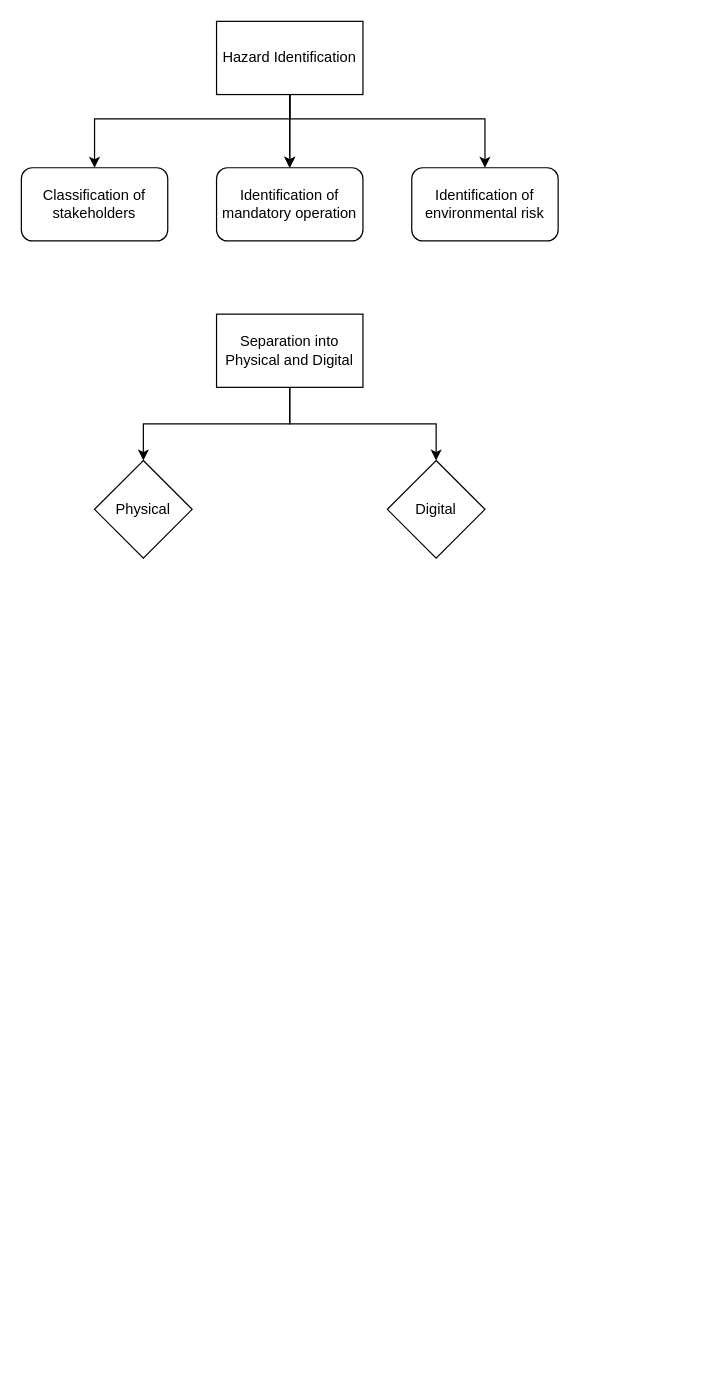
This is Step 2/Step-2.drawio from TortoiseFather/SACRED, a draw.io file, before an edit. Source tidied: cells renumbered, new cells numbered last; positions are measured from the earlier drawing's top-left corner, leaving out a move shared by most shapes. Both pictures are drawn from the tidied source at 122%, with x=0, y=0 at pixel (21, 21).
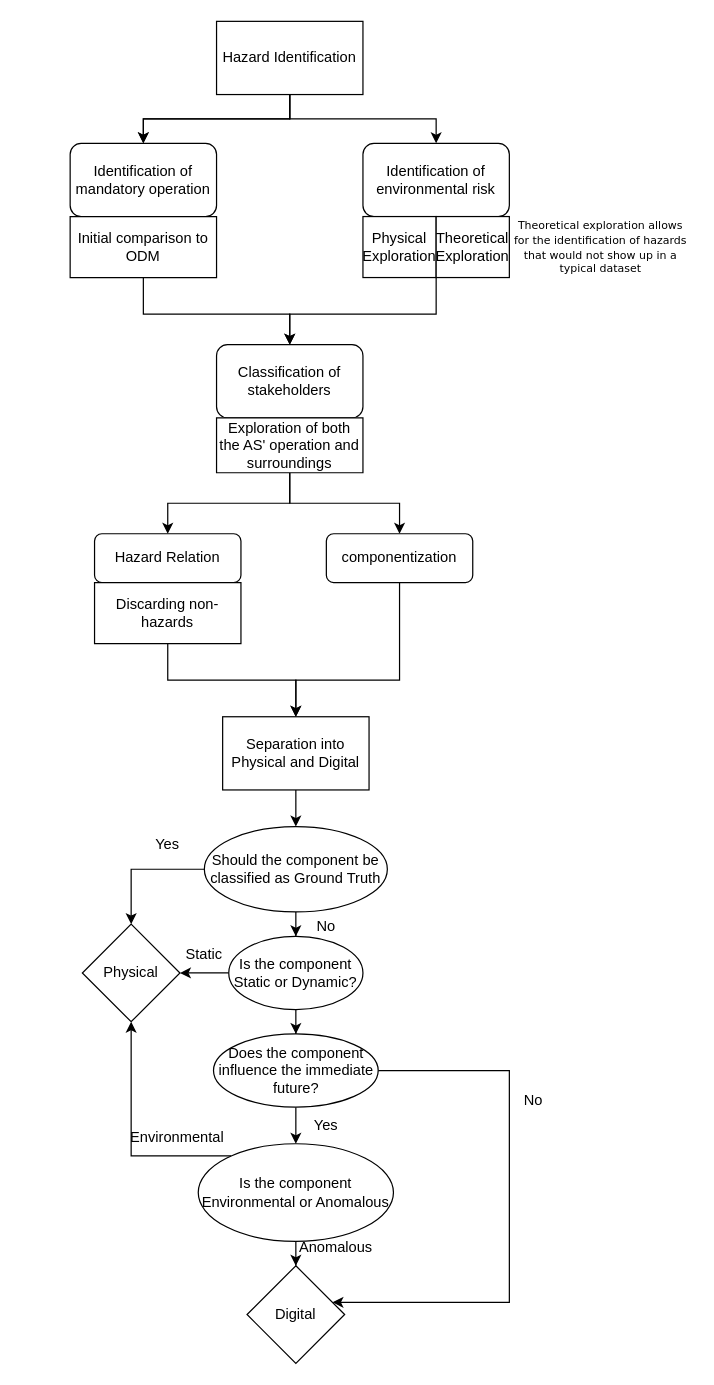
The same diagram, later.

The change refers to these unchanged cells:
```xml
<mxCell id="6" value="Hazard Identification" style="rounded=0;whiteSpace=wrap;html=1;" parent="1" vertex="1">
  <mxGeometry x="160" width="120" height="60" as="geometry" />
</mxCell>
```

The edit, as a diff of the source:
```diff
@@
-    <mxCell id="4" style="edgeStyle=orthogonalEdgeStyle;rounded=0;jettySize=auto;html=1;" parent="1" edge="1" source="6" target="9">
-      <mxGeometry relative="1" as="geometry">
-        <Array as="points">
-          <mxPoint x="220" y="80" />
-          <mxPoint x="60" y="80" />
-        </Array>
-      </mxGeometry>
-    </mxCell>
     <mxCell id="5" style="edgeStyle=orthogonalEdgeStyle;rounded=0;jettySize=auto;html=1;" parent="1" edge="1" source="6" target="8">
       <mxGeometry relative="1" as="geometry">
         <Array as="points">
           <mxPoint x="220" y="80" />
-          <mxPoint x="380" y="80" />
+          <mxPoint x="340" y="80" />
         </Array>
       </mxGeometry>
     </mxCell>
@@
     <mxCell id="7" value="Identification of mandatory operation" style="rounded=1;whiteSpace=wrap;html=1;" parent="1" vertex="1">
-      <mxGeometry x="160" y="120" width="120" height="60" as="geometry" />
+      <mxGeometry x="40" y="100" width="120" height="60" as="geometry" />
     </mxCell>
+    <mxCell id="15" style="edgeStyle=orthogonalEdgeStyle;rounded=0;jettySize=auto;html=1;entryX=0.5;entryY=0;entryDx=0;entryDy=0;" parent="1" edge="1" source="8" target="9">
+      <mxGeometry relative="1" as="geometry">
+        <Array as="points">
+          <mxPoint x="340" y="240" />
+          <mxPoint x="220" y="240" />
+        </Array>
+      </mxGeometry>
+    </mxCell>
     <mxCell id="8" value="Identification of environmental risk" style="rounded=1;whiteSpace=wrap;html=1;" parent="1" vertex="1">
-      <mxGeometry x="320" y="120" width="120" height="60" as="geometry" />
+      <mxGeometry x="280" y="100" width="120" height="60" as="geometry" />
     </mxCell>
     <mxCell id="9" value="Classification of stakeholders" style="rounded=1;whiteSpace=wrap;html=1;" parent="1" vertex="1">
-      <mxGeometry y="120" width="120" height="60" as="geometry" />
+      <mxGeometry x="160" y="265" width="120" height="60" as="geometry" />
     </mxCell>
-    <mxCell id="10" style="edgeStyle=orthogonalEdgeStyle;rounded=0;jettySize=auto;html=1;" parent="1" edge="1" source="12" target="13">
-      <mxGeometry relative="1" as="geometry">
-        <Array as="points">
-          <mxPoint x="220" y="330" />
-          <mxPoint x="100" y="330" />
-        </Array>
-      </mxGeometry>
-    </mxCell>
-    <mxCell id="11" style="edgeStyle=orthogonalEdgeStyle;rounded=0;jettySize=auto;html=1;" parent="1" edge="1" source="12" target="14">
-      <mxGeometry relative="1" as="geometry">
-        <Array as="points">
-          <mxPoint x="220" y="330" />
-          <mxPoint x="340" y="330" />
-        </Array>
-      </mxGeometry>
-    </mxCell>
+    <mxCell id="16" style="edgeStyle=orthogonalEdgeStyle;rounded=0;jettySize=auto;html=1;" parent="1" edge="1" source="12" target="32">
+      <mxGeometry relative="1" as="geometry" />
+    </mxCell>
     <mxCell id="12" value="Separation into Physical and Digital" style="rounded=0;whiteSpace=wrap;html=1;" parent="1" vertex="1">
-      <mxGeometry x="160" y="240" width="120" height="60" as="geometry" />
+      <mxGeometry x="165" y="570" width="120" height="60" as="geometry" />
     </mxCell>
     <mxCell id="13" value="Physical" style="rhombus;whiteSpace=wrap;html=1;rounded=0;" parent="1" vertex="1">
-      <mxGeometry x="60" y="360" width="80" height="80" as="geometry" />
+      <mxGeometry x="50" y="740" width="80" height="80" as="geometry" />
     </mxCell>
     <mxCell id="14" value="Digital" style="rhombus;whiteSpace=wrap;html=1;rounded=0;" parent="1" vertex="1">
-      <mxGeometry x="300" y="360" width="80" height="80" as="geometry" />
+      <mxGeometry x="185" y="1020" width="80" height="80" as="geometry" />
     </mxCell>
+    <mxCell id="17" style="edgeStyle=orthogonalEdgeStyle;rounded=0;jettySize=auto;html=1;" parent="1" edge="1" source="18" target="9">
+      <mxGeometry relative="1" as="geometry">
+        <Array as="points">
+          <mxPoint x="100" y="240" />
+          <mxPoint x="220" y="240" />
+        </Array>
+      </mxGeometry>
+    </mxCell>
+    <mxCell id="18" value="Initial comparison to ODM" style="shape=parallelogram;perimeter=parallelogramPerimeter;whiteSpace=wrap;html=1;fixedSize=1;size=0;" parent="1" vertex="1">
+      <mxGeometry x="40" y="160" width="120" height="50" as="geometry" />
+    </mxCell>
+    <mxCell id="19" style="edgeStyle=orthogonalEdgeStyle;rounded=0;jettySize=auto;html=1;entryX=0.5;entryY=0;entryDx=0;entryDy=0;" parent="1" edge="1" source="21" target="24">
+      <mxGeometry relative="1" as="geometry" />
+    </mxCell>
+    <mxCell id="20" style="edgeStyle=orthogonalEdgeStyle;rounded=0;jettySize=auto;html=1;" parent="1" edge="1" source="21" target="26">
+      <mxGeometry relative="1" as="geometry" />
+    </mxCell>
+    <mxCell id="21" value="Exploration of both the AS' operation and surroundings" style="shape=parallelogram;perimeter=parallelogramPerimeter;whiteSpace=wrap;html=1;fixedSize=1;size=0;" parent="1" vertex="1">
+      <mxGeometry x="160" y="325" width="120" height="45" as="geometry" />
+    </mxCell>
+    <mxCell id="22" value="Physical Exploration" style="rounded=0;whiteSpace=wrap;html=1;" parent="1" vertex="1">
+      <mxGeometry x="280" y="160" width="60" height="50" as="geometry" />
+    </mxCell>
+    <mxCell id="23" value="Theoretical Exploration" style="rounded=0;whiteSpace=wrap;html=1;" parent="1" vertex="1">
+      <mxGeometry x="340" y="160" width="60" height="50" as="geometry" />
+    </mxCell>
+    <mxCell id="24" value="Hazard Relation" style="rounded=1;whiteSpace=wrap;html=1;" parent="1" vertex="1">
+      <mxGeometry x="60" y="420" width="120" height="40" as="geometry" />
+    </mxCell>
+    <mxCell id="25" style="edgeStyle=orthogonalEdgeStyle;rounded=0;jettySize=auto;html=1;entryX=0.5;entryY=0;entryDx=0;entryDy=0;" parent="1" edge="1" source="26" target="12">
+      <mxGeometry relative="1" as="geometry">
+        <Array as="points">
+          <mxPoint x="310" y="540" />
+          <mxPoint x="225" y="540" />
+        </Array>
+      </mxGeometry>
+    </mxCell>
+    <mxCell id="26" value="componentization" style="rounded=1;whiteSpace=wrap;html=1;" parent="1" vertex="1">
+      <mxGeometry x="250" y="420" width="120" height="40" as="geometry" />
+    </mxCell>
+    <mxCell id="27" value="&lt;p style=&quot;line-height: 90%;&quot;&gt;&lt;font face=&quot;Verdana&quot; style=&quot;font-size: 9px;&quot;&gt;Theoretical exploration allows for the identification of hazards that would not show up in a typical dataset&lt;/font&gt;&lt;/p&gt;" style="text;html=1;strokeColor=none;fillColor=none;align=center;verticalAlign=middle;whiteSpace=wrap;rounded=0;" parent="1" vertex="1">
+      <mxGeometry x="400" y="165" width="150" height="40" as="geometry" />
+    </mxCell>
+    <mxCell id="28" style="edgeStyle=orthogonalEdgeStyle;rounded=0;jettySize=auto;html=1;" parent="1" edge="1" source="29" target="12">
+      <mxGeometry relative="1" as="geometry" />
+    </mxCell>
+    <mxCell id="29" value="Discarding non-hazards" style="shape=parallelogram;perimeter=parallelogramPerimeter;whiteSpace=wrap;html=1;fixedSize=1;size=0;" parent="1" vertex="1">
+      <mxGeometry x="60" y="460" width="120" height="50" as="geometry" />
+    </mxCell>
+    <mxCell id="30" style="edgeStyle=orthogonalEdgeStyle;rounded=0;jettySize=auto;html=1;entryX=0.5;entryY=0;entryDx=0;entryDy=0;" parent="1" edge="1" source="32" target="13">
+      <mxGeometry relative="1" as="geometry" />
+    </mxCell>
+    <mxCell id="31" style="edgeStyle=orthogonalEdgeStyle;rounded=0;jettySize=auto;html=1;" parent="1" edge="1" source="32" target="36">
+      <mxGeometry relative="1" as="geometry" />
+    </mxCell>
+    <mxCell id="32" value="Should the component be classified as Ground Truth" style="ellipse;whiteSpace=wrap;html=1;" parent="1" vertex="1">
+      <mxGeometry x="150" y="660" width="150" height="70" as="geometry" />
+    </mxCell>
+    <mxCell id="33" value="Yes" style="text;html=1;strokeColor=none;fillColor=none;align=center;verticalAlign=middle;whiteSpace=wrap;rounded=0;" parent="1" vertex="1">
+      <mxGeometry x="90" y="660" width="60" height="30" as="geometry" />
+    </mxCell>
+    <mxCell id="34" style="edgeStyle=orthogonalEdgeStyle;rounded=0;jettySize=auto;html=1;" parent="1" edge="1" source="36" target="13">
+      <mxGeometry relative="1" as="geometry" />
+    </mxCell>
+    <mxCell id="35" style="edgeStyle=orthogonalEdgeStyle;rounded=0;jettySize=auto;html=1;" parent="1" edge="1" source="36" target="41">
+      <mxGeometry relative="1" as="geometry" />
+    </mxCell>
+    <mxCell id="36" value="Is the component Static or Dynamic?" style="ellipse;whiteSpace=wrap;html=1;" parent="1" vertex="1">
+      <mxGeometry x="170" y="750" width="110" height="60" as="geometry" />
+    </mxCell>
+    <mxCell id="37" value="Static" style="text;html=1;strokeColor=none;fillColor=none;align=center;verticalAlign=middle;whiteSpace=wrap;rounded=0;" parent="1" vertex="1">
+      <mxGeometry x="120" y="750" width="60" height="30" as="geometry" />
+    </mxCell>
+    <mxCell id="38" value="No" style="text;html=1;strokeColor=none;fillColor=none;align=center;verticalAlign=middle;whiteSpace=wrap;rounded=0;" parent="1" vertex="1">
+      <mxGeometry x="220" y="727" width="60" height="30" as="geometry" />
+    </mxCell>
+    <mxCell id="39" style="edgeStyle=orthogonalEdgeStyle;rounded=0;jettySize=auto;html=1;" parent="1" edge="1" source="41" target="14">
+      <mxGeometry relative="1" as="geometry">
+        <Array as="points">
+          <mxPoint x="400" y="860" />
+          <mxPoint x="400" y="1050" />
+        </Array>
+      </mxGeometry>
+    </mxCell>
+    <mxCell id="40" style="edgeStyle=orthogonalEdgeStyle;rounded=0;jettySize=auto;html=1;" parent="1" edge="1" source="41" target="45">
+      <mxGeometry relative="1" as="geometry" />
+    </mxCell>
+    <mxCell id="41" value="Does the component influence the immediate future?" style="ellipse;whiteSpace=wrap;html=1;" parent="1" vertex="1">
+      <mxGeometry x="157.5" y="830" width="135" height="60" as="geometry" />
+    </mxCell>
+    <mxCell id="42" value="No" style="text;html=1;strokeColor=none;fillColor=none;align=center;verticalAlign=middle;whiteSpace=wrap;rounded=0;" parent="1" vertex="1">
+      <mxGeometry x="390" y="870" width="60" height="30" as="geometry" />
+    </mxCell>
+    <mxCell id="43" style="edgeStyle=orthogonalEdgeStyle;rounded=0;jettySize=auto;html=1;" parent="1" edge="1" source="45" target="14">
+      <mxGeometry relative="1" as="geometry" />
+    </mxCell>
+    <mxCell id="44" style="edgeStyle=orthogonalEdgeStyle;rounded=0;jettySize=auto;html=1;entryX=0.5;entryY=1;entryDx=0;entryDy=0;" parent="1" edge="1" source="45" target="13">
+      <mxGeometry relative="1" as="geometry">
+        <Array as="points">
+          <mxPoint x="90" y="930" />
+        </Array>
+      </mxGeometry>
+    </mxCell>
+    <mxCell id="45" value="Is the component Environmental or Anomalous" style="ellipse;whiteSpace=wrap;html=1;" parent="1" vertex="1">
+      <mxGeometry x="145" y="920" width="160" height="80" as="geometry" />
+    </mxCell>
+    <mxCell id="46" value="Environmental" style="text;html=1;strokeColor=none;fillColor=none;align=center;verticalAlign=middle;whiteSpace=wrap;rounded=0;" parent="1" vertex="1">
+      <mxGeometry x="97.5" y="900" width="60" height="30" as="geometry" />
+    </mxCell>
+    <mxCell id="47" value="Anomalous" style="text;html=1;strokeColor=none;fillColor=none;align=center;verticalAlign=middle;whiteSpace=wrap;rounded=0;" parent="1" vertex="1">
+      <mxGeometry x="228" y="990" width="60" height="30" as="geometry" />
+    </mxCell>
+    <mxCell id="48" value="Yes" style="text;html=1;strokeColor=none;fillColor=none;align=center;verticalAlign=middle;whiteSpace=wrap;rounded=0;" parent="1" vertex="1">
+      <mxGeometry x="220" y="890" width="60" height="30" as="geometry" />
+    </mxCell>
```
